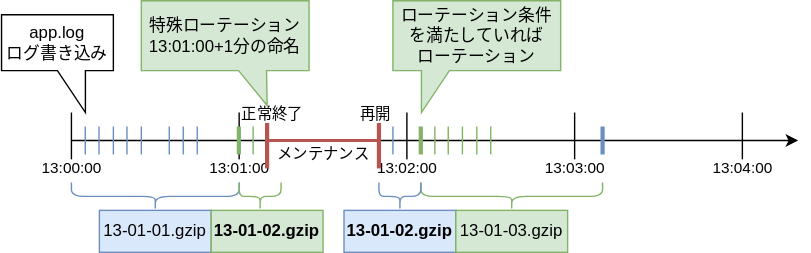
The draw.io diagram logger/doc/specific_img/specific-rotation3.drawio.svg in Riliumph/cpp_util, before a commit. Source tidied: cells renumbered, new cells last; positions are measured from the earlier drawing's top-left corner, leaving out a move shared by most shapes.
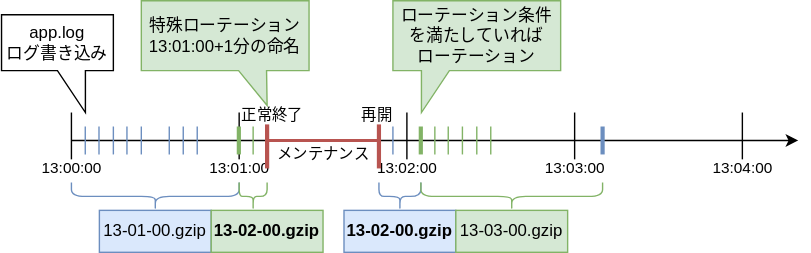
The same file after the commit.

The edit, as a diff of the source:
```diff
@@ -80,7 +80,7 @@
     <mxCell id="15" style="shape=curlyBracket;whiteSpace=wrap;html=1;rounded=1;flipH=1;labelPosition=right;verticalLabelPosition=middle;align=center;verticalAlign=middle;direction=north;size=0.5;fillColor=#dae8fc;strokeColor=#6c8ebf;" parent="1" vertex="1">
       <mxGeometry x="50" y="130" width="120" height="20" as="geometry" />
     </mxCell>
-    <mxCell id="16" value="13-01-01.gzip" style="rounded=0;whiteSpace=wrap;html=1;fillColor=#dae8fc;strokeColor=#6c8ebf;" parent="1" vertex="1">
+    <mxCell id="16" value="13-01-00.gzip" style="rounded=0;whiteSpace=wrap;html=1;fillColor=#dae8fc;strokeColor=#6c8ebf;" parent="1" vertex="1">
       <mxGeometry x="70" y="150" width="80" height="30" as="geometry" />
     </mxCell>
     <mxCell id="17" style="endArrow=none;html=1;rounded=0;verticalAlign=middle;fillColor=#d5e8d4;strokeColor=#82b366;" parent="1" edge="1">
@@ -156,61 +156,61 @@
       </mxGeometry>
     </mxCell>
     <mxCell id="29" style="shape=curlyBracket;whiteSpace=wrap;html=1;rounded=1;flipH=1;labelPosition=right;verticalLabelPosition=middle;align=center;verticalAlign=middle;direction=north;size=0.5;fillColor=#d5e8d4;strokeColor=#82b366;" parent="1" vertex="1">
-      <mxGeometry x="170" y="130" width="30" height="20" as="geometry" />
+      <mxGeometry x="170" y="130" width="20" height="20" as="geometry" />
     </mxCell>
-    <mxCell id="30" value="&lt;b&gt;13-01-02.gzip&lt;/b&gt;" style="rounded=0;whiteSpace=wrap;html=1;fillColor=#d5e8d4;strokeColor=#82b366;" parent="1" vertex="1">
+    <mxCell id="30" value="&lt;b&gt;13-02-00.gzip&lt;/b&gt;" style="rounded=0;whiteSpace=wrap;html=1;fillColor=#d5e8d4;strokeColor=#82b366;" parent="1" vertex="1">
       <mxGeometry x="150" y="150" width="80" height="30" as="geometry" />
     </mxCell>
     <mxCell id="31" value="&lt;div&gt;ローテーション条件を満たしていれば&lt;/div&gt;&lt;div&gt;&lt;span style=&quot;background-color: transparent; color: light-dark(rgb(0, 0, 0), rgb(255, 255, 255));&quot;&gt;ローテーション&lt;/span&gt;&lt;/div&gt;" style="shape=callout;whiteSpace=wrap;html=1;perimeter=calloutPerimeter;direction=east;fillColor=#d5e8d4;strokeColor=#82b366;size=30;position=0.17;position2=0.17;" parent="1" vertex="1">
       <mxGeometry x="280" width="120" height="80" as="geometry" />
     </mxCell>
-    <mxCell id="32" style="shape=curlyBracket;whiteSpace=wrap;html=1;rounded=1;flipH=1;labelPosition=right;verticalLabelPosition=middle;align=center;verticalAlign=middle;direction=north;size=0.5;fillColor=#d5e8d4;strokeColor=#82b366;" parent="1" vertex="1">
-      <mxGeometry x="300" y="130" width="130" height="20" as="geometry" />
+    <mxCell id="32" value="&lt;b&gt;13-02-00.gzip&lt;/b&gt;" style="rounded=0;whiteSpace=wrap;html=1;fillColor=#dae8fc;strokeColor=#6c8ebf;" parent="1" vertex="1">
+      <mxGeometry x="245" y="150" width="80" height="30" as="geometry" />
     </mxCell>
-    <mxCell id="33" value="&lt;b&gt;13-01-02.gzip&lt;/b&gt;" style="rounded=0;whiteSpace=wrap;html=1;fillColor=#dae8fc;strokeColor=#6c8ebf;" parent="1" vertex="1">
-      <mxGeometry x="245" y="150" width="80" height="30" as="geometry" />
+    <mxCell id="33" style="endArrow=none;html=1;rounded=0;verticalAlign=middle;fillColor=#f8cecc;strokeColor=#b85450;strokeWidth=3;" parent="1" edge="1">
+      <mxGeometry x="-1" relative="1" as="geometry">
+        <mxPoint x="270" y="120" as="sourcePoint" />
+        <mxPoint x="270" y="80" as="targetPoint" />
+      </mxGeometry>
     </mxCell>
-    <mxCell id="34" style="endArrow=none;html=1;rounded=0;verticalAlign=middle;fillColor=#f8cecc;strokeColor=#b85450;strokeWidth=3;" parent="1" edge="1">
-      <mxGeometry x="-1" relative="1" as="geometry">
-        <mxPoint x="270" y="120" as="sourcePoint" />
-        <mxPoint x="270" y="80" as="targetPoint" />
+    <mxCell id="34" style="endArrow=none;html=1;rounded=0;fillColor=#f8cecc;strokeColor=#b85450;strokeWidth=2;startFill=0;" parent="1" edge="1">
+      <mxGeometry relative="1" as="geometry">
+        <mxPoint x="190" y="100" as="sourcePoint" />
+        <mxPoint x="270" y="100" as="targetPoint" />
       </mxGeometry>
     </mxCell>
-    <mxCell id="35" style="endArrow=none;html=1;rounded=0;fillColor=#f8cecc;strokeColor=#b85450;strokeWidth=2;startFill=0;" parent="1" edge="1">
+    <mxCell id="35" value="メンテナンス" style="edgeLabel;html=1;align=center;verticalAlign=middle;labelBackgroundColor=none;" parent="34" vertex="1">
       <mxGeometry relative="1" as="geometry">
-        <mxPoint x="190" y="100" as="sourcePoint" />
-        <mxPoint x="270" y="100" as="targetPoint" />
+        <mxPoint y="10" as="offset" />
       </mxGeometry>
     </mxCell>
-    <mxCell id="36" value="メンテナンス" style="edgeLabel;html=1;align=center;verticalAlign=middle;labelBackgroundColor=none;" parent="35" vertex="1">
-      <mxGeometry relative="1" as="geometry">
-        <mxPoint y="10" as="offset" />
+    <mxCell id="36" value="&lt;div&gt;正常&lt;span style=&quot;background-color: light-dark(#ffffff, var(--ge-dark-color, #121212)); color: light-dark(rgb(0, 0, 0), rgb(255, 255, 255));&quot;&gt;終了&lt;/span&gt;&lt;/div&gt;" style="edgeLabel;html=1;align=left;verticalAlign=bottom;labelBackgroundColor=default;" parent="34" vertex="1">
+      <mxGeometry x="-1" relative="1" as="geometry">
+        <mxPoint x="-20" y="-10" as="offset" />
       </mxGeometry>
     </mxCell>
-    <mxCell id="37" value="&lt;div&gt;正常&lt;span style=&quot;background-color: light-dark(#ffffff, var(--ge-dark-color, #121212)); color: light-dark(rgb(0, 0, 0), rgb(255, 255, 255));&quot;&gt;終了&lt;/span&gt;&lt;/div&gt;" style="edgeLabel;html=1;align=left;verticalAlign=bottom;labelBackgroundColor=default;" parent="35" vertex="1">
-      <mxGeometry x="-1" relative="1" as="geometry">
-        <mxPoint x="-20" y="-10" as="offset" />
+    <mxCell id="37" value="再開" style="edgeLabel;html=1;align=right;verticalAlign=bottom;labelBackgroundColor=default;" parent="34" vertex="1">
+      <mxGeometry x="1" relative="1" as="geometry">
+        <mxPoint x="10" y="-10" as="offset" />
       </mxGeometry>
     </mxCell>
-    <mxCell id="38" value="再開" style="edgeLabel;html=1;align=right;verticalAlign=bottom;labelBackgroundColor=default;" parent="35" vertex="1">
-      <mxGeometry x="1" relative="1" as="geometry">
-        <mxPoint x="10" y="-10" as="offset" />
-      </mxGeometry>
+    <mxCell id="38" style="shape=curlyBracket;whiteSpace=wrap;html=1;rounded=1;flipH=1;labelPosition=right;verticalLabelPosition=middle;align=center;verticalAlign=middle;direction=north;size=0.5;fillColor=#dae8fc;strokeColor=#6c8ebf;" parent="1" vertex="1">
+      <mxGeometry x="270" y="130" width="30" height="20" as="geometry" />
     </mxCell>
-    <mxCell id="39" style="shape=curlyBracket;whiteSpace=wrap;html=1;rounded=1;flipH=1;labelPosition=right;verticalLabelPosition=middle;align=center;verticalAlign=middle;direction=north;size=0.5;fillColor=#dae8fc;strokeColor=#6c8ebf;" parent="1" vertex="1">
-      <mxGeometry x="270" y="130" width="30" height="20" as="geometry" />
+    <mxCell id="39" style="endArrow=none;html=1;rounded=0;verticalAlign=middle;fillColor=#dae8fc;strokeColor=#6c8ebf;strokeWidth=3;" parent="1" edge="1">
+      <mxGeometry x="-1" relative="1" as="geometry">
+        <mxPoint x="430" y="110" as="sourcePoint" />
+        <mxPoint x="430" y="90" as="targetPoint" />
+      </mxGeometry>
     </mxCell>
-    <mxCell id="40" style="endArrow=none;html=1;rounded=0;verticalAlign=middle;fillColor=#dae8fc;strokeColor=#6c8ebf;strokeWidth=3;" parent="1" edge="1">
-      <mxGeometry x="-1" relative="1" as="geometry">
-        <mxPoint x="430" y="110" as="sourcePoint" />
-        <mxPoint x="430" y="90" as="targetPoint" />
-      </mxGeometry>
+    <mxCell id="40" value="13-03-00.gzip" style="rounded=0;whiteSpace=wrap;html=1;fillColor=#d5e8d4;strokeColor=#82b366;" parent="1" vertex="1">
+      <mxGeometry x="325" y="150" width="80" height="30" as="geometry" />
     </mxCell>
-    <mxCell id="41" value="13-01-03.gzip" style="rounded=0;whiteSpace=wrap;html=1;fillColor=#d5e8d4;strokeColor=#82b366;" parent="1" vertex="1">
-      <mxGeometry x="325" y="150" width="80" height="30" as="geometry" />
+    <mxCell id="41" value="&lt;div&gt;特殊ローテーション&lt;/div&gt;&lt;div&gt;13:01:00+1分の命名&lt;/div&gt;" style="shape=callout;whiteSpace=wrap;html=1;perimeter=calloutPerimeter;direction=east;fillColor=#d5e8d4;strokeColor=#82b366;size=25;position=0.58;position2=0.75;base=20;" parent="1" vertex="1">
+      <mxGeometry x="100" width="120" height="75" as="geometry" />
     </mxCell>
-    <mxCell id="42" value="&lt;div&gt;特殊ローテーション&lt;/div&gt;&lt;div&gt;13:01:00+1分の命名&lt;/div&gt;" style="shape=callout;whiteSpace=wrap;html=1;perimeter=calloutPerimeter;direction=east;fillColor=#d5e8d4;strokeColor=#82b366;size=25;position=0.58;position2=0.75;base=20;" parent="1" vertex="1">
-      <mxGeometry x="100" width="120" height="75" as="geometry" />
+    <mxCell id="42" style="shape=curlyBracket;whiteSpace=wrap;html=1;rounded=1;flipH=1;labelPosition=right;verticalLabelPosition=middle;align=center;verticalAlign=middle;direction=north;size=0.5;fillColor=#d5e8d4;strokeColor=#82b366;" parent="1" vertex="1">
+      <mxGeometry x="300" y="130" width="130" height="20" as="geometry" />
     </mxCell>
   </root>
 </mxGraphModel>
```
